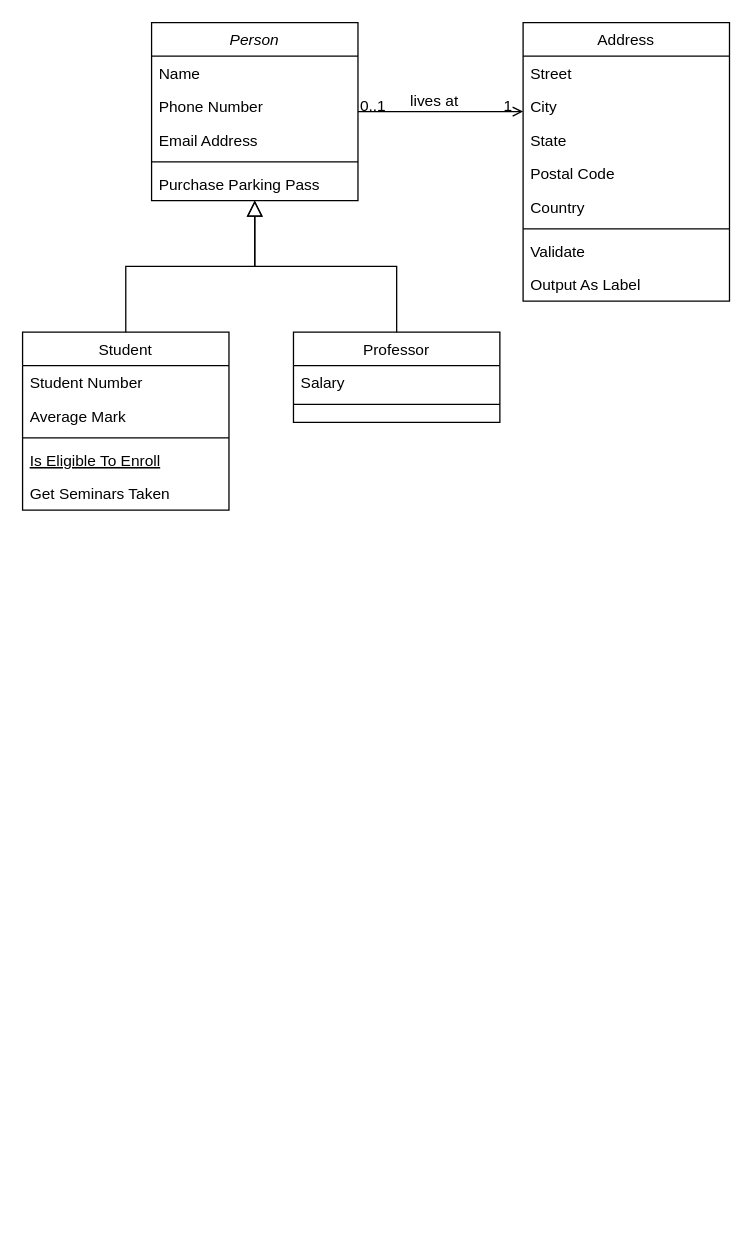
Above: 52.drawio in 1kxri/OOP (draw.io), before the change. Source tidied: cells renumbered, new cells numbered last; positions are measured from the earlier drawing's top-left corner, leaving out a move shared by most shapes. Both pictures are drawn from the tidied source at 129%, with x=0, y=0 at pixel (22, 22).
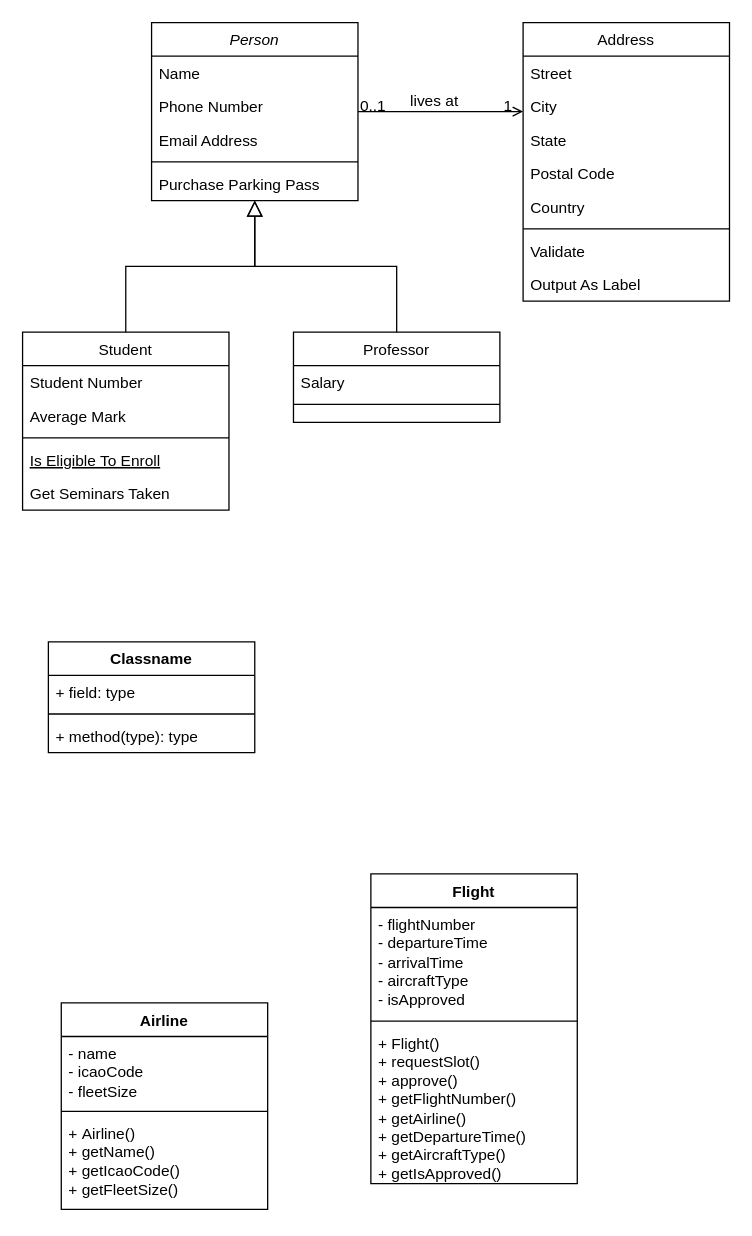
Above is the later version.

Change to the diagram source:
```diff
@@
+    <mxCell id="32" value="Airline" style="swimlane;fontStyle=1;align=center;verticalAlign=top;horizontal=1;startSize=26;whiteSpace=wrap;html=1;" parent="1" vertex="1">
+      <mxGeometry x="30" y="760" width="160" height="160" as="geometry" />
+    </mxCell>
+    <mxCell id="33" value="-&amp;nbsp;name&lt;div&gt;-&amp;nbsp;icaoCode&lt;/div&gt;&lt;div&gt;-&amp;nbsp;fleetSize&lt;br&gt;&lt;div&gt;&lt;br&gt;&lt;/div&gt;&lt;/div&gt;" style="text;strokeColor=none;fillColor=none;align=left;verticalAlign=top;spacingLeft=4;spacingRight=4;overflow=hidden;whiteSpace=wrap;html=1;" parent="32" vertex="1">
+      <mxGeometry y="26" width="160" height="54" as="geometry" />
+    </mxCell>
+    <mxCell id="34" style="line;strokeWidth=1;fillColor=none;align=left;verticalAlign=middle;spacingTop=-1;spacingLeft=3;spacingRight=3;labelPosition=right;strokeColor=inherit;" parent="32" vertex="1">
+      <mxGeometry y="80" width="160" height="8" as="geometry" />
+    </mxCell>
+    <mxCell id="35" value="+&amp;nbsp;Airline()&lt;div&gt;+ getName()&lt;/div&gt;&lt;div&gt;+&amp;nbsp;getIcaoCode()&lt;/div&gt;&lt;div&gt;&lt;span style=&quot;background-color: transparent; color: light-dark(rgb(0, 0, 0), rgb(255, 255, 255));&quot;&gt;+ getFleetSize()&lt;/span&gt;&lt;/div&gt;" style="text;strokeColor=none;fillColor=none;align=left;verticalAlign=top;spacingLeft=4;spacingRight=4;overflow=hidden;whiteSpace=wrap;html=1;" parent="32" vertex="1">
+      <mxGeometry y="88" width="160" height="72" as="geometry" />
+    </mxCell>
+    <mxCell id="36" value="Flight" style="swimlane;fontStyle=1;align=center;verticalAlign=top;horizontal=1;startSize=26;whiteSpace=wrap;html=1;" parent="1" vertex="1">
+      <mxGeometry x="270" y="660" width="160" height="240" as="geometry" />
+    </mxCell>
+    <mxCell id="37" value="-&amp;nbsp;flightNumber&lt;div&gt;-&amp;nbsp;departureTime&lt;/div&gt;&lt;div&gt;-&amp;nbsp;arrivalTime&lt;/div&gt;&lt;div&gt;-&amp;nbsp;aircraftType&lt;/div&gt;&lt;div&gt;-&amp;nbsp;isApproved&lt;/div&gt;" style="text;strokeColor=none;fillColor=none;align=left;verticalAlign=top;spacingLeft=4;spacingRight=4;overflow=hidden;whiteSpace=wrap;html=1;" parent="36" vertex="1">
+      <mxGeometry y="26" width="160" height="84" as="geometry" />
+    </mxCell>
+    <mxCell id="38" style="line;strokeWidth=1;fillColor=none;align=left;verticalAlign=middle;spacingTop=-1;spacingLeft=3;spacingRight=3;labelPosition=right;strokeColor=inherit;" parent="36" vertex="1">
+      <mxGeometry y="110" width="160" height="8" as="geometry" />
+    </mxCell>
+    <mxCell id="39" value="+&amp;nbsp;Flight()&lt;div&gt;+&amp;nbsp;requestSlot()&lt;br&gt;+&amp;nbsp;approve()&lt;br&gt;+&amp;nbsp;getFlightNumber()&lt;br&gt;+&amp;nbsp;getAirline()&lt;br&gt;+&amp;nbsp;getDepartureTime()&lt;br&gt;+&amp;nbsp;getAircraftType()&lt;br&gt;+&amp;nbsp;getIsApproved()&lt;/div&gt;" style="text;strokeColor=none;fillColor=none;align=left;verticalAlign=top;spacingLeft=4;spacingRight=4;overflow=hidden;whiteSpace=wrap;html=1;" parent="36" vertex="1">
+      <mxGeometry y="118" width="160" height="122" as="geometry" />
+    </mxCell>
+    <mxCell id="40" value="Classname" style="swimlane;fontStyle=1;align=center;verticalAlign=top;horizontal=1;startSize=26;whiteSpace=wrap;html=1;" parent="1" vertex="1">
+      <mxGeometry x="20" y="480" width="160" height="86" as="geometry" />
+    </mxCell>
+    <mxCell id="41" value="+ field: type" style="text;strokeColor=none;fillColor=none;align=left;verticalAlign=top;spacingLeft=4;spacingRight=4;overflow=hidden;whiteSpace=wrap;html=1;" parent="40" vertex="1">
+      <mxGeometry y="26" width="160" height="26" as="geometry" />
+    </mxCell>
+    <mxCell id="42" style="line;strokeWidth=1;fillColor=none;align=left;verticalAlign=middle;spacingTop=-1;spacingLeft=3;spacingRight=3;labelPosition=right;strokeColor=inherit;" parent="40" vertex="1">
+      <mxGeometry y="52" width="160" height="8" as="geometry" />
+    </mxCell>
+    <mxCell id="43" value="+ method(type): type" style="text;strokeColor=none;fillColor=none;align=left;verticalAlign=top;spacingLeft=4;spacingRight=4;overflow=hidden;whiteSpace=wrap;html=1;" parent="40" vertex="1">
+      <mxGeometry y="60" width="160" height="26" as="geometry" />
+    </mxCell>
```
